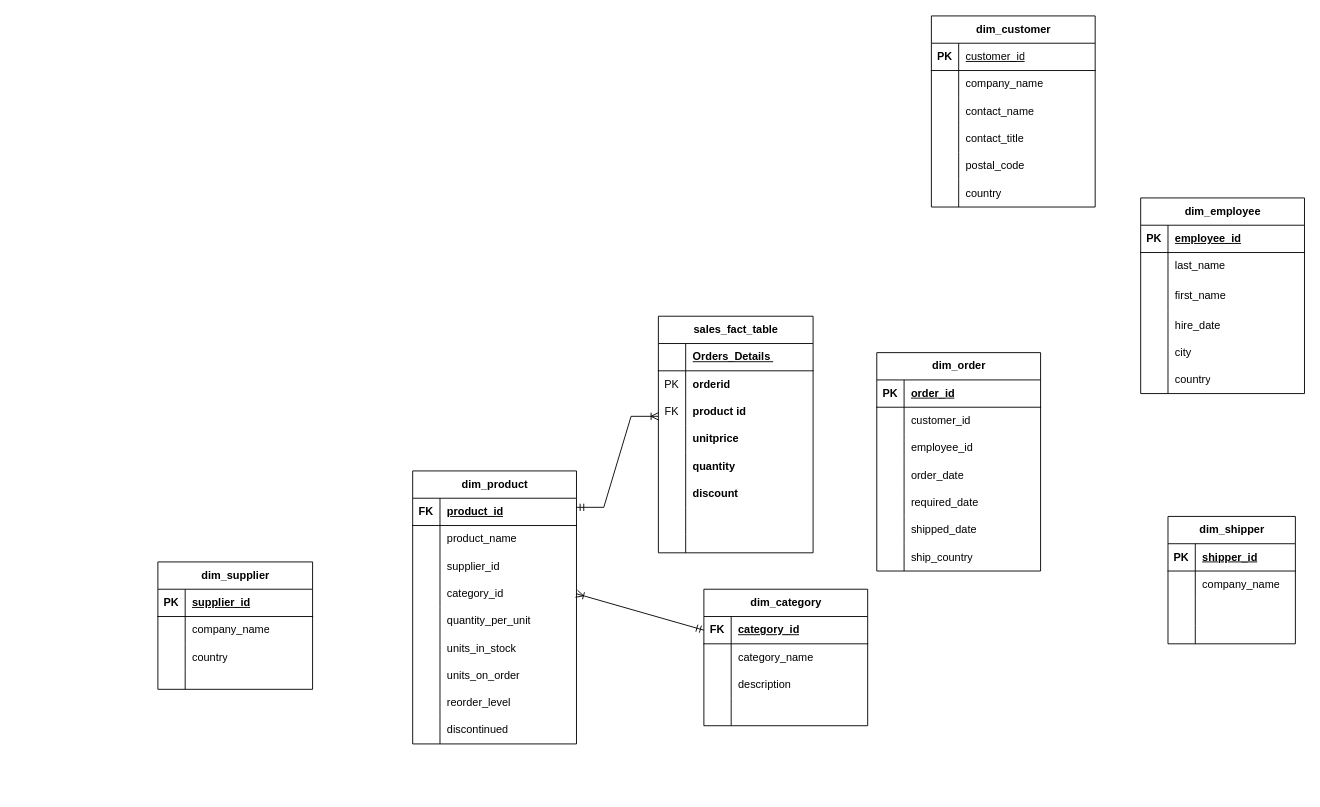
AkhilaJagajjetty/datastorage keeps this draw.io diagram as Copy of Data storage_final before.drawio. Above is the earlier version. Source tidied: cells renumbered, new cells numbered last; positions are measured from the earlier drawing's top-left corner, leaving out a move shared by most shapes. Both pictures are drawn from the tidied source at 91%, with x=0, y=0 at pixel (157, 15).
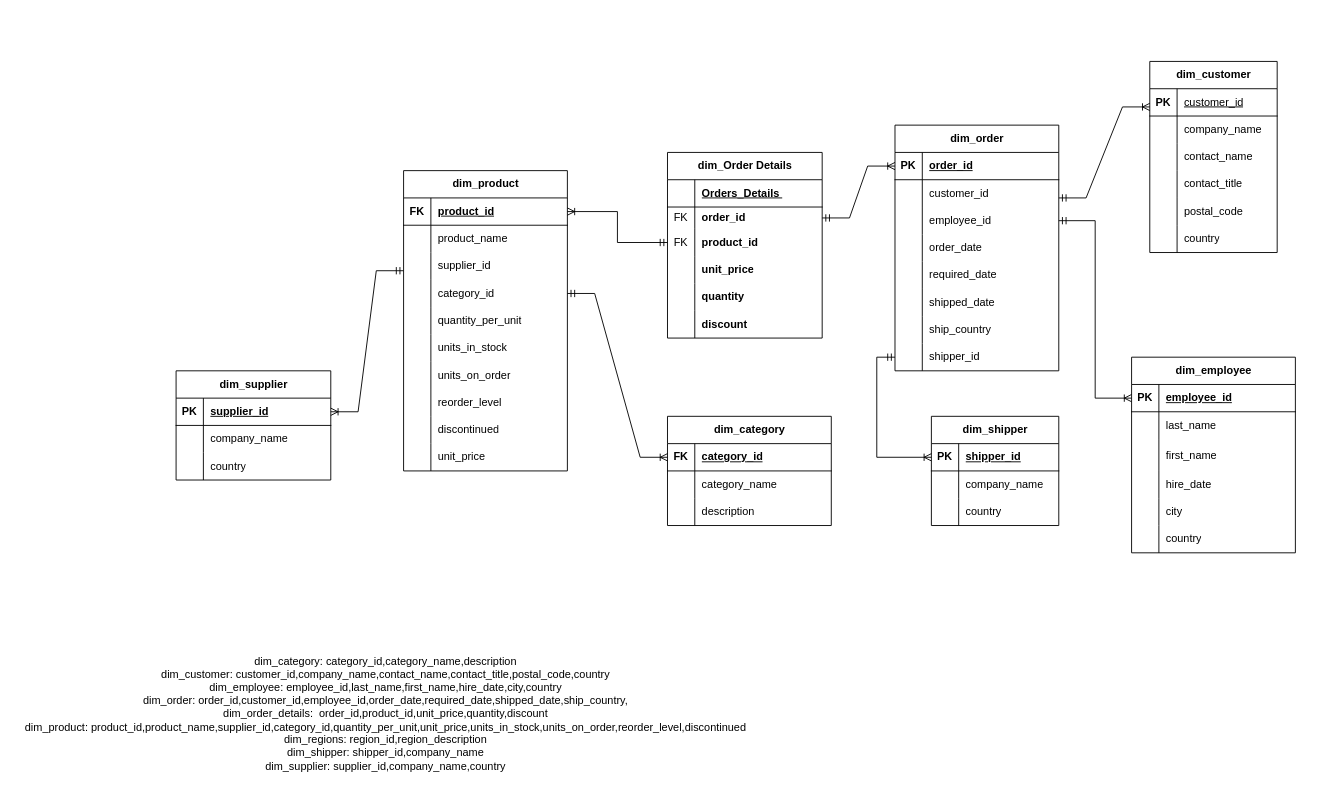
The same diagram, later.

Commit message:
Data storage_final before.drawio

Unchanged cells that the change refers to:
```xml
<mxCell id="28" style="shape=tableRow;horizontal=0;startSize=0;swimlaneHead=0;swimlaneBody=0;fillColor=none;points=[[0,0.5],[1,0.5]];portConstraint=eastwest;top=0;left=0;right=0;bottom=1;" parent="27" vertex="1">
  <mxGeometry y="30" width="180" height="30" as="geometry" />
</mxCell>
<mxCell id="37" style="shape=tableRow;horizontal=0;startSize=0;swimlaneHead=0;swimlaneBody=0;fillColor=none;points=[[0,0.5],[1,0.5]];portConstraint=eastwest;top=0;left=0;right=0;bottom=0;" parent="27" vertex="1">
  <mxGeometry y="120" width="180" height="30" as="geometry" />
</mxCell>
<mxCell id="57" style="shape=tableRow;horizontal=0;startSize=0;swimlaneHead=0;swimlaneBody=0;fillColor=none;points=[[0,0.5],[1,0.5]];portConstraint=eastwest;top=0;left=0;right=0;bottom=1;" parent="56" vertex="1">
  <mxGeometry y="30" width="180" height="30" as="geometry" />
</mxCell>
<mxCell id="71" style="shape=tableRow;horizontal=0;startSize=0;swimlaneHead=0;swimlaneBody=0;fillColor=none;points=[[0,0.5],[1,0.5]];portConstraint=eastwest;top=0;left=0;right=0;bottom=1;" parent="70" vertex="1">
  <mxGeometry y="30" width="180" height="30" as="geometry" />
</mxCell>
<mxCell id="77" style="shape=tableRow;horizontal=0;startSize=0;swimlaneHead=0;swimlaneBody=0;fillColor=none;points=[[0,0.5],[1,0.5]];portConstraint=eastwest;top=0;left=0;right=0;bottom=0;" parent="70" vertex="1">
  <mxGeometry y="90" width="180" height="30" as="geometry" />
</mxCell>
<mxCell id="112" style="shape=tableRow;horizontal=0;startSize=0;swimlaneHead=0;swimlaneBody=0;fillColor=none;points=[[0,0.5],[1,0.5]];portConstraint=eastwest;top=0;left=0;right=0;bottom=1;" parent="111" vertex="1">
  <mxGeometry y="30" width="180" height="30" as="geometry" />
</mxCell>
<mxCell id="144" style="shape=tableRow;horizontal=0;startSize=0;swimlaneHead=0;swimlaneBody=0;fillColor=none;points=[[0,0.5],[1,0.5]];portConstraint=eastwest;top=0;left=0;right=0;bottom=1;" parent="143" vertex="1">
  <mxGeometry y="30" width="140" height="30" as="geometry" />
</mxCell>
<mxCell id="150" style="shape=tableRow;horizontal=0;startSize=0;swimlaneHead=0;swimlaneBody=0;fillColor=none;top=0;left=0;right=0;bottom=0;" parent="143" vertex="1">
  <mxGeometry y="90" width="140" height="30" as="geometry" />
</mxCell>
```

What changed in the source:
```diff
@@
-    <mxCell id="2" value="sales_fact_table" style="shape=table;startSize=30;childLayout=tableLayout;rowLines=0;fontStyle=1;align=center;html=1;" parent="1" vertex="1">
-      <mxGeometry x="550" y="330" width="170" height="260" as="geometry" />
+    <mxCell id="2" value="dim_Order Details" style="shape=table;startSize=30;childLayout=tableLayout;rowLines=0;fontStyle=1;align=center;html=1;" parent="1" vertex="1">
+      <mxGeometry x="560" y="150" width="170" height="204" as="geometry" />
     </mxCell>
@@
     <mxCell id="6" style="shape=tableRow;horizontal=0;startSize=0;swimlaneHead=0;swimlaneBody=0;fillColor=none;points=[[0,0.5],[1,0.5]];portConstraint=eastwest;top=0;left=0;right=0;bottom=0;" parent="2" vertex="1">
-      <mxGeometry y="60" width="170" height="30" as="geometry" />
+      <mxGeometry y="60" width="170" height="24" as="geometry" />
     </mxCell>
-    <mxCell id="7" value="PK" style="shape=partialRectangle;fillColor=none;top=0;left=0;bottom=0;right=0;overflow=hidden;whiteSpace=wrap;html=1;" parent="6" vertex="1">
-      <mxGeometry width="30" height="30" as="geometry" />
+    <mxCell id="7" value="FK" style="shape=partialRectangle;fillColor=none;top=0;left=0;bottom=0;right=0;overflow=hidden;whiteSpace=wrap;html=1;" parent="6" vertex="1">
+      <mxGeometry width="30" height="24" as="geometry" />
     </mxCell>
-    <mxCell id="8" value="&lt;b&gt;orderid&lt;/b&gt;" style="shape=partialRectangle;fillColor=none;top=0;left=0;bottom=0;right=0;align=left;spacingLeft=6;overflow=hidden;whiteSpace=wrap;html=1;" parent="6" vertex="1">
-      <mxGeometry x="30" width="140" height="30" as="geometry" />
+    <mxCell id="8" value="&lt;b&gt;order_id&lt;/b&gt;" style="shape=partialRectangle;fillColor=none;top=0;left=0;bottom=0;right=0;align=left;spacingLeft=6;overflow=hidden;whiteSpace=wrap;html=1;" parent="6" vertex="1">
+      <mxGeometry x="30" width="140" height="24" as="geometry" />
     </mxCell>
     <mxCell id="9" style="shape=tableRow;horizontal=0;startSize=0;swimlaneHead=0;swimlaneBody=0;fillColor=none;points=[[0,0.5],[1,0.5]];portConstraint=eastwest;top=0;left=0;right=0;bottom=0;" parent="2" vertex="1">
-      <mxGeometry y="90" width="170" height="30" as="geometry" />
+      <mxGeometry y="84" width="170" height="30" as="geometry" />
     </mxCell>
@@
-    <mxCell id="11" value="&lt;b&gt;product id&lt;/b&gt;" style="shape=partialRectangle;fillColor=none;top=0;left=0;bottom=0;right=0;align=left;spacingLeft=6;overflow=hidden;whiteSpace=wrap;html=1;" parent="9" vertex="1">
+    <mxCell id="11" value="&lt;b&gt;product_id&lt;/b&gt;" style="shape=partialRectangle;fillColor=none;top=0;left=0;bottom=0;right=0;align=left;spacingLeft=6;overflow=hidden;whiteSpace=wrap;html=1;" parent="9" vertex="1">
       <mxGeometry x="30" width="140" height="30" as="geometry" />
     </mxCell>
     <mxCell id="12" style="shape=tableRow;horizontal=0;startSize=0;swimlaneHead=0;swimlaneBody=0;fillColor=none;top=0;left=0;right=0;bottom=0;" parent="2" vertex="1">
-      <mxGeometry y="120" width="170" height="30" as="geometry" />
+      <mxGeometry y="114" width="170" height="30" as="geometry" />
     </mxCell>
@@
-    <mxCell id="14" value="&lt;b&gt;unitprice&lt;/b&gt;" style="shape=partialRectangle;fillColor=none;top=0;left=0;bottom=0;right=0;align=left;spacingLeft=6;overflow=hidden;whiteSpace=wrap;html=1;" parent="12" vertex="1">
+    <mxCell id="14" value="&lt;b&gt;unit_price&lt;/b&gt;" style="shape=partialRectangle;fillColor=none;top=0;left=0;bottom=0;right=0;align=left;spacingLeft=6;overflow=hidden;whiteSpace=wrap;html=1;" parent="12" vertex="1">
       <mxGeometry x="30" width="140" height="30" as="geometry" />
     </mxCell>
     <mxCell id="15" style="shape=tableRow;horizontal=0;startSize=0;swimlaneHead=0;swimlaneBody=0;fillColor=none;top=0;left=0;right=0;bottom=0;" parent="2" vertex="1">
-      <mxGeometry y="150" width="170" height="30" as="geometry" />
+      <mxGeometry y="144" width="170" height="30" as="geometry" />
     </mxCell>
@@
     <mxCell id="18" style="shape=tableRow;horizontal=0;startSize=0;swimlaneHead=0;swimlaneBody=0;fillColor=none;top=0;left=0;right=0;bottom=0;" parent="2" vertex="1">
-      <mxGeometry y="180" width="170" height="30" as="geometry" />
+      <mxGeometry y="174" width="170" height="30" as="geometry" />
     </mxCell>
@@
-    <mxCell id="21" style="shape=tableRow;horizontal=0;startSize=0;swimlaneHead=0;swimlaneBody=0;fillColor=none;top=0;left=0;right=0;bottom=0;" parent="2" vertex="1">
-      <mxGeometry y="210" width="170" height="30" as="geometry" />
-    </mxCell>
-    <mxCell id="22" style="shape=partialRectangle;fillColor=none;top=0;left=0;bottom=0;right=0;overflow=hidden;whiteSpace=wrap;html=1;" parent="21" vertex="1">
-      <mxGeometry width="30" height="30" as="geometry" />
-    </mxCell>
-    <mxCell id="23" style="shape=partialRectangle;fillColor=none;top=0;left=0;bottom=0;right=0;align=left;spacingLeft=6;overflow=hidden;whiteSpace=wrap;html=1;" parent="21" vertex="1">
-      <mxGeometry x="30" width="140" height="30" as="geometry" />
-    </mxCell>
-    <mxCell id="24" style="shape=tableRow;horizontal=0;startSize=0;swimlaneHead=0;swimlaneBody=0;fillColor=none;top=0;left=0;right=0;bottom=0;" parent="2" vertex="1">
-      <mxGeometry y="240" width="170" height="20" as="geometry" />
-    </mxCell>
-    <mxCell id="25" style="shape=partialRectangle;fillColor=none;top=0;left=0;bottom=0;right=0;overflow=hidden;whiteSpace=wrap;html=1;" parent="24" vertex="1">
-      <mxGeometry width="30" height="20" as="geometry" />
-    </mxCell>
-    <mxCell id="26" style="shape=partialRectangle;fillColor=none;top=0;left=0;bottom=0;right=0;align=left;spacingLeft=6;overflow=hidden;whiteSpace=wrap;html=1;" parent="24" vertex="1">
-      <mxGeometry x="30" width="140" height="20" as="geometry" />
-    </mxCell>
     <mxCell id="27" value="dim_product" style="shape=table;startSize=30;childLayout=tableLayout;rowLines=0;fontStyle=1;align=center;html=1;" parent="1" vertex="1">
-      <mxGeometry x="280" y="500" width="180" height="300" as="geometry" />
+      <mxGeometry x="270" y="170" width="180" height="330" as="geometry" />
     </mxCell>
@@
-    <mxCell id="55" style="edgeStyle=entityRelationEdgeStyle;fontSize=12;html=1;endArrow=ERoneToMany;startArrow=ERmandOne;rounded=0;" parent="1" edge="1">
-      <mxGeometry relative="1" as="geometry">
-        <mxPoint x="460" y="540" as="sourcePoint" />
-        <mxPoint x="550" y="440" as="targetPoint" />
-      </mxGeometry>
-    </mxCell>
+    <mxCell id="156" style="shape=tableRow;horizontal=0;startSize=0;swimlaneHead=0;swimlaneBody=0;fillColor=none;top=0;left=0;right=0;bottom=0;" parent="27" vertex="1">
+      <mxGeometry y="300" width="180" height="30" as="geometry" />
+    </mxCell>
+    <mxCell id="157" style="shape=partialRectangle;fillColor=none;top=0;left=0;bottom=0;right=0;overflow=hidden;whiteSpace=wrap;html=1;" parent="156" vertex="1">
+      <mxGeometry width="30" height="30" as="geometry" />
+    </mxCell>
+    <mxCell id="158" value="unit_price" style="shape=partialRectangle;fillColor=none;top=0;left=0;bottom=0;right=0;align=left;spacingLeft=6;overflow=hidden;whiteSpace=wrap;html=1;" parent="156" vertex="1">
+      <mxGeometry x="30" width="150" height="30" as="geometry" />
+    </mxCell>
     <mxCell id="56" value="dim_category" style="shape=table;startSize=30;childLayout=tableLayout;rowLines=0;fontStyle=1;align=center;html=1;" parent="1" vertex="1">
-      <mxGeometry x="600" y="630" width="180" height="150" as="geometry" />
+      <mxGeometry x="560" y="440" width="180" height="120" as="geometry" />
     </mxCell>
@@
-    <mxCell id="66" style="shape=tableRow;horizontal=0;startSize=0;swimlaneHead=0;swimlaneBody=0;fillColor=none;top=0;left=0;right=0;bottom=0;" parent="56" vertex="1">
-      <mxGeometry y="120" width="180" height="30" as="geometry" />
-    </mxCell>
-    <mxCell id="67" style="shape=partialRectangle;fillColor=none;top=0;left=0;bottom=0;right=0;overflow=hidden;whiteSpace=wrap;html=1;" parent="66" vertex="1">
-      <mxGeometry width="30" height="30" as="geometry" />
-    </mxCell>
-    <mxCell id="68" style="shape=partialRectangle;fillColor=none;top=0;left=0;bottom=0;right=0;align=left;spacingLeft=6;overflow=hidden;whiteSpace=wrap;html=1;" parent="66" vertex="1">
-      <mxGeometry x="30" width="150" height="30" as="geometry" />
-    </mxCell>
-    <mxCell id="69" style="fontSize=12;html=1;endArrow=ERoneToMany;startArrow=ERmandOne;rounded=0;entryX=1;entryY=0.5;entryDx=0;entryDy=0;exitX=0;exitY=0.5;exitDx=0;exitDy=0;" parent="1" edge="1" source="57" target="37">
+    <mxCell id="69" style="fontSize=12;html=1;endArrow=ERmandOne;startArrow=ERoneToMany;rounded=0;entryX=1;entryY=0.5;entryDx=0;entryDy=0;exitX=0;exitY=0.5;exitDx=0;exitDy=0;startFill=0;endFill=0;edgeStyle=entityRelationEdgeStyle;" parent="1" edge="1" source="57" target="37">
       <mxGeometry relative="1" as="geometry" />
     </mxCell>
     <mxCell id="70" value="dim_order" style="shape=table;startSize=30;childLayout=tableLayout;rowLines=0;fontStyle=1;align=center;html=1;" parent="1" vertex="1">
-      <mxGeometry x="790" y="370" width="180" height="240" as="geometry" />
+      <mxGeometry x="810" y="120" width="180" height="270" as="geometry" />
     </mxCell>
@@
+    <mxCell id="159" style="shape=tableRow;horizontal=0;startSize=0;swimlaneHead=0;swimlaneBody=0;fillColor=none;points=[[0,0.5],[1,0.5]];portConstraint=eastwest;top=0;left=0;right=0;bottom=0;" parent="70" vertex="1">
+      <mxGeometry y="240" width="180" height="30" as="geometry" />
+    </mxCell>
+    <mxCell id="160" style="shape=partialRectangle;fillColor=none;top=0;left=0;bottom=0;right=0;overflow=hidden;whiteSpace=wrap;html=1;" parent="159" vertex="1">
+      <mxGeometry width="30" height="30" as="geometry" />
+    </mxCell>
+    <mxCell id="161" value="shipper_id" style="shape=partialRectangle;fillColor=none;top=0;left=0;bottom=0;right=0;align=left;spacingLeft=6;overflow=hidden;whiteSpace=wrap;html=1;" parent="159" vertex="1">
+      <mxGeometry x="30" width="150" height="30" as="geometry" />
+    </mxCell>
     <mxCell id="92" value="dim_customer" style="shape=table;startSize=30;childLayout=tableLayout;rowLines=0;fontStyle=1;align=center;html=1;" parent="1" vertex="1">
-      <mxGeometry x="850" width="180" height="210" as="geometry" />
+      <mxGeometry x="1090" y="50" width="140" height="210" as="geometry" />
     </mxCell>
     <mxCell id="93" style="shape=tableRow;horizontal=0;startSize=0;swimlaneHead=0;swimlaneBody=0;fillColor=none;top=0;left=0;right=0;bottom=1;" parent="92" vertex="1">
-      <mxGeometry y="30" width="180" height="30" as="geometry" />
+      <mxGeometry y="30" width="140" height="30" as="geometry" />
     </mxCell>
@@
     <mxCell id="95" value="&lt;span style=&quot;font-weight: 400;&quot;&gt;customer_id&lt;/span&gt;" style="shape=partialRectangle;fillColor=none;top=0;left=0;bottom=0;right=0;align=left;spacingLeft=6;fontStyle=5;overflow=hidden;whiteSpace=wrap;html=1;" parent="93" vertex="1">
-      <mxGeometry x="30" width="150" height="30" as="geometry" />
+      <mxGeometry x="30" width="110" height="30" as="geometry" />
     </mxCell>
     <mxCell id="96" style="shape=tableRow;horizontal=0;startSize=0;swimlaneHead=0;swimlaneBody=0;fillColor=none;top=0;left=0;right=0;bottom=0;" parent="92" vertex="1">
-      <mxGeometry y="60" width="180" height="30" as="geometry" />
+      <mxGeometry y="60" width="140" height="30" as="geometry" />
     </mxCell>
@@
     <mxCell id="98" value="company_name" style="shape=partialRectangle;fillColor=none;top=0;left=0;bottom=0;right=0;align=left;spacingLeft=6;overflow=hidden;whiteSpace=wrap;html=1;" parent="96" vertex="1">
-      <mxGeometry x="30" width="150" height="30" as="geometry" />
+      <mxGeometry x="30" width="110" height="30" as="geometry" />
     </mxCell>
     <mxCell id="99" style="shape=tableRow;horizontal=0;startSize=0;swimlaneHead=0;swimlaneBody=0;fillColor=none;top=0;left=0;right=0;bottom=0;" parent="92" vertex="1">
-      <mxGeometry y="90" width="180" height="30" as="geometry" />
+      <mxGeometry y="90" width="140" height="30" as="geometry" />
     </mxCell>
@@
     <mxCell id="101" value="contact_name" style="shape=partialRectangle;fillColor=none;top=0;left=0;bottom=0;right=0;align=left;spacingLeft=6;overflow=hidden;whiteSpace=wrap;html=1;" parent="99" vertex="1">
-      <mxGeometry x="30" width="150" height="30" as="geometry" />
+      <mxGeometry x="30" width="110" height="30" as="geometry" />
     </mxCell>
     <mxCell id="102" style="shape=tableRow;horizontal=0;startSize=0;swimlaneHead=0;swimlaneBody=0;fillColor=none;top=0;left=0;right=0;bottom=0;" parent="92" vertex="1">
-      <mxGeometry y="120" width="180" height="30" as="geometry" />
+      <mxGeometry y="120" width="140" height="30" as="geometry" />
     </mxCell>
@@
     <mxCell id="104" value="contact_title" style="shape=partialRectangle;fillColor=none;top=0;left=0;bottom=0;right=0;align=left;spacingLeft=6;overflow=hidden;whiteSpace=wrap;html=1;" parent="102" vertex="1">
-      <mxGeometry x="30" width="150" height="30" as="geometry" />
+      <mxGeometry x="30" width="110" height="30" as="geometry" />
     </mxCell>
     <mxCell id="105" style="shape=tableRow;horizontal=0;startSize=0;swimlaneHead=0;swimlaneBody=0;fillColor=none;top=0;left=0;right=0;bottom=0;" parent="92" vertex="1">
-      <mxGeometry y="150" width="180" height="30" as="geometry" />
+      <mxGeometry y="150" width="140" height="30" as="geometry" />
     </mxCell>
@@
     <mxCell id="107" value="postal_code" style="shape=partialRectangle;fillColor=none;top=0;left=0;bottom=0;right=0;align=left;spacingLeft=6;overflow=hidden;whiteSpace=wrap;html=1;" parent="105" vertex="1">
-      <mxGeometry x="30" width="150" height="30" as="geometry" />
+      <mxGeometry x="30" width="110" height="30" as="geometry" />
     </mxCell>
     <mxCell id="108" style="shape=tableRow;horizontal=0;startSize=0;swimlaneHead=0;swimlaneBody=0;fillColor=none;top=0;left=0;right=0;bottom=0;" parent="92" vertex="1">
-      <mxGeometry y="180" width="180" height="30" as="geometry" />
+      <mxGeometry y="180" width="140" height="30" as="geometry" />
     </mxCell>
@@
     <mxCell id="110" value="country" style="shape=partialRectangle;fillColor=none;top=0;left=0;bottom=0;right=0;align=left;spacingLeft=6;overflow=hidden;whiteSpace=wrap;html=1;" parent="108" vertex="1">
-      <mxGeometry x="30" width="150" height="30" as="geometry" />
+      <mxGeometry x="30" width="110" height="30" as="geometry" />
     </mxCell>
     <mxCell id="111" value="dim_employee" style="shape=table;startSize=30;childLayout=tableLayout;rowLines=0;fontStyle=1;align=center;html=1;" parent="1" vertex="1">
-      <mxGeometry x="1080" y="200" width="180" height="215" as="geometry" />
+      <mxGeometry x="1070" y="375" width="180" height="215" as="geometry" />
     </mxCell>
@@
     <mxCell id="130" value="dim_supplier" style="shape=table;startSize=30;childLayout=tableLayout;rowLines=0;fontStyle=1;align=center;html=1;" parent="1" vertex="1">
-      <mxGeometry y="600" width="170" height="140" as="geometry" />
+      <mxGeometry x="20" y="390" width="170" height="120" as="geometry" />
     </mxCell>
@@
-    <mxCell id="140" style="shape=tableRow;horizontal=0;startSize=0;swimlaneHead=0;swimlaneBody=0;fillColor=none;top=0;left=0;right=0;bottom=0;" parent="130" vertex="1">
-      <mxGeometry y="120" width="170" height="20" as="geometry" />
-    </mxCell>
-    <mxCell id="141" style="shape=partialRectangle;fillColor=none;top=0;left=0;bottom=0;right=0;overflow=hidden;whiteSpace=wrap;html=1;" parent="140" vertex="1">
-      <mxGeometry width="30" height="20" as="geometry" />
-    </mxCell>
-    <mxCell id="142" style="shape=partialRectangle;fillColor=none;top=0;left=0;bottom=0;right=0;align=left;spacingLeft=6;overflow=hidden;whiteSpace=wrap;html=1;" parent="140" vertex="1">
-      <mxGeometry x="30" width="140" height="20" as="geometry" />
-    </mxCell>
     <mxCell id="143" value="dim_shipper" style="shape=table;startSize=30;childLayout=tableLayout;rowLines=0;fontStyle=1;align=center;html=1;" parent="1" vertex="1">
-      <mxGeometry x="1110" y="550" width="140" height="140" as="geometry" />
+      <mxGeometry x="850" y="440" width="140" height="120" as="geometry" />
     </mxCell>
@@
-    <mxCell id="151" style="shape=partialRectangle;fillColor=none;top=0;left=0;bottom=0;right=0;overflow=hidden;whiteSpace=wrap;html=1;" parent="150" vertex="1">
-      <mxGeometry width="30" height="30" as="geometry" />
-    </mxCell>
-    <mxCell id="152" style="shape=partialRectangle;fillColor=none;top=0;left=0;bottom=0;right=0;align=left;spacingLeft=6;overflow=hidden;whiteSpace=wrap;html=1;" parent="150" vertex="1">
-      <mxGeometry x="30" width="110" height="30" as="geometry" />
-    </mxCell>
-    <mxCell id="153" style="shape=tableRow;horizontal=0;startSize=0;swimlaneHead=0;swimlaneBody=0;fillColor=none;top=0;left=0;right=0;bottom=0;" parent="143" vertex="1">
-      <mxGeometry y="120" width="140" height="20" as="geometry" />
-    </mxCell>
-    <mxCell id="154" style="shape=partialRectangle;fillColor=none;top=0;left=0;bottom=0;right=0;overflow=hidden;whiteSpace=wrap;html=1;" parent="153" vertex="1">
-      <mxGeometry width="30" height="20" as="geometry" />
-    </mxCell>
-    <mxCell id="155" style="shape=partialRectangle;fillColor=none;top=0;left=0;bottom=0;right=0;align=left;spacingLeft=6;overflow=hidden;whiteSpace=wrap;html=1;" parent="153" vertex="1">
-      <mxGeometry x="30" width="110" height="20" as="geometry" />
-    </mxCell>
+    <mxCell id="162" style="shape=partialRectangle;fillColor=none;top=0;left=0;bottom=0;right=0;overflow=hidden;whiteSpace=wrap;html=1;" parent="150" vertex="1">
+      <mxGeometry width="30" height="30" as="geometry" />
+    </mxCell>
+    <mxCell id="163" value="country" style="shape=partialRectangle;fillColor=none;top=0;left=0;bottom=0;right=0;align=left;spacingLeft=6;overflow=hidden;whiteSpace=wrap;html=1;" parent="150" vertex="1">
+      <mxGeometry x="30" width="110" height="30" as="geometry" />
+    </mxCell>
+    <mxCell id="164" style="edgeStyle=entityRelationEdgeStyle;fontSize=12;html=1;endArrow=ERmandOne;startArrow=ERoneToMany;rounded=0;exitX=1;exitY=0.5;exitDx=0;exitDy=0;startFill=0;endFill=0;" parent="1" edge="1">
+      <mxGeometry relative="1" as="geometry">
+        <mxPoint x="190" y="435" as="sourcePoint" />
+        <mxPoint x="270" y="280" as="targetPoint" />
+        <Array as="points">
+          <mxPoint x="150" y="360" />
+        </Array>
+      </mxGeometry>
+    </mxCell>
+    <mxCell id="165" style="edgeStyle=entityRelationEdgeStyle;fontSize=12;html=1;endArrow=ERoneToMany;startArrow=ERmandOne;rounded=0;startFill=0;endFill=0;entryX=0;entryY=0.5;entryDx=0;entryDy=0;exitX=1;exitY=0.5;exitDx=0;exitDy=0;" parent="1" edge="1" source="6" target="71">
+      <mxGeometry relative="1" as="geometry" />
+    </mxCell>
+    <mxCell id="166" style="edgeStyle=entityRelationEdgeStyle;fontSize=12;html=1;endArrow=ERoneToMany;startArrow=ERmandOne;rounded=0;" parent="1" edge="1">
+      <mxGeometry relative="1" as="geometry">
+        <mxPoint x="990" y="200" as="sourcePoint" />
+        <mxPoint x="1090" y="100" as="targetPoint" />
+      </mxGeometry>
+    </mxCell>
+    <mxCell id="167" style="edgeStyle=orthogonalEdgeStyle;rounded=0;jettySize=auto;html=1;entryX=0;entryY=0.5;entryDx=0;entryDy=0;startArrow=ERmandOne;startFill=0;endArrow=ERoneToMany;endFill=0;" parent="1" edge="1" source="77" target="112">
+      <mxGeometry relative="1" as="geometry" />
+    </mxCell>
+    <mxCell id="168" style="edgeStyle=orthogonalEdgeStyle;rounded=0;jettySize=auto;html=1;exitX=0;exitY=0.5;exitDx=0;exitDy=0;entryX=0;entryY=0.5;entryDx=0;entryDy=0;startArrow=ERmandOne;startFill=0;endArrow=ERoneToMany;endFill=0;" parent="1" edge="1" source="159" target="144">
+      <mxGeometry relative="1" as="geometry" />
+    </mxCell>
+    <mxCell id="169" style="edgeStyle=orthogonalEdgeStyle;rounded=0;jettySize=auto;html=1;exitX=1;exitY=0.5;exitDx=0;exitDy=0;entryX=0;entryY=0.5;entryDx=0;entryDy=0;startArrow=ERoneToMany;startFill=0;endArrow=ERmandOne;endFill=0;" parent="1" edge="1" source="28" target="9">
+      <mxGeometry relative="1" as="geometry" />
+    </mxCell>
+    <mxCell id="170" value="&lt;div&gt;dim_category: category_id,category_name,description&lt;/div&gt;&lt;div&gt;dim_customer: customer_id,company_name,contact_name,contact_title,postal_code,country&lt;/div&gt;&lt;div&gt;dim_employee: employee_id,last_name,first_name,hire_date,city,country&lt;/div&gt;&lt;div&gt;dim_order: order_id,customer_id,employee_id,order_date,required_date,shipped_date,ship_country,&lt;/div&gt;&lt;div&gt;dim_order_details:&amp;nbsp; order_id,product_id,unit_price,quantity,discount&lt;/div&gt;&lt;div&gt;dim_product: product_id,product_name,supplier_id,category_id,quantity_per_unit,unit_price,units_in_stock,units_on_order,reorder_level,discontinued&lt;/div&gt;&lt;div&gt;dim_regions: region_id,region_description&lt;/div&gt;&lt;div&gt;dim_shipper: shipper_id,company_name&lt;/div&gt;&lt;div&gt;dim_supplier: supplier_id,company_name,country&lt;/div&gt;&lt;div&gt;&lt;br&gt;&lt;/div&gt;" style="text;html=1;align=center;verticalAlign=middle;strokeColor=none;fillColor=none;" parent="1" vertex="1">
+      <mxGeometry x="-156" y="696" width="811" height="156" as="geometry" />
+    </mxCell>
```
